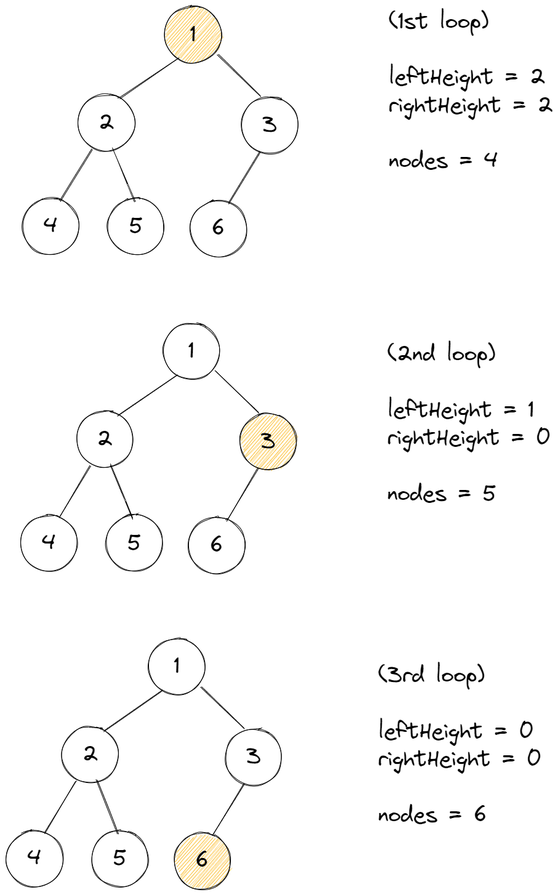
Earlier version of the Excalidraw export 09/yongki/assets/222-time-reduce-solution.png (cs-study-org/algorithm-study). Source tidied: one line per element, renumbered; positions are measured from the earlier drawing's top-left corner, leaving out a move shared by most shapes.
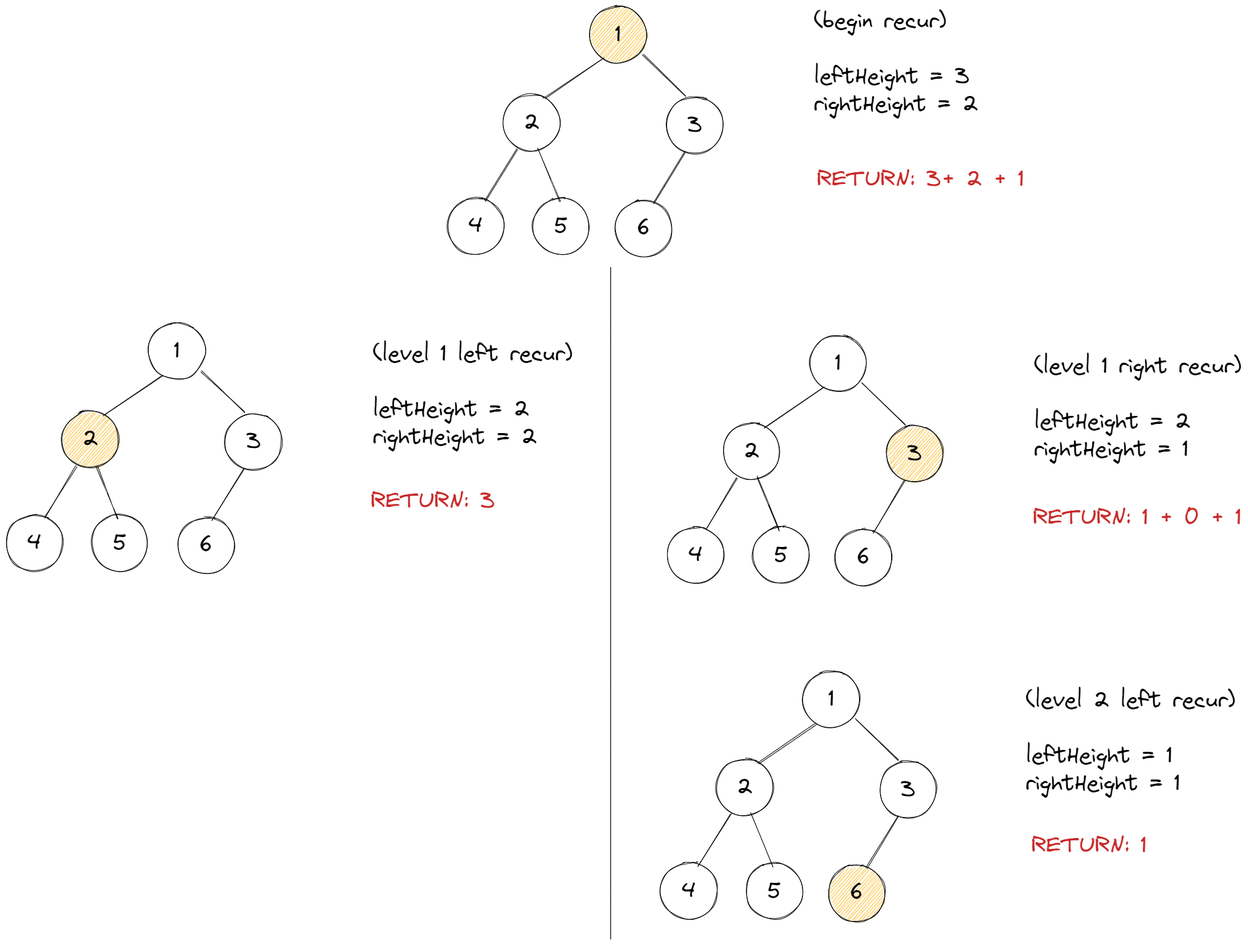
Later version of the same file.

Commit message:
:white_check_mark: Solve 222

Change to the diagram source:
```diff
@@ -9,46 +9,69 @@
 {"id": 8, "type": "line", "strokeColor": "#000000", "strokeWidth": 1, "roughness": 1, "x": 280, "y": 85, "width": 96, "height": 65, "points": [[0, 0], [-96, 65]]}
 {"id": 9, "type": "line", "strokeColor": "#000000", "strokeWidth": 1, "roughness": 1, "x": 343, "y": 78, "width": 71, "height": 68, "points": [[0, 0], [71, 68]]}
 {"id": 10, "type": "line", "strokeColor": "#000000", "strokeWidth": 1, "roughness": 1, "x": 413, "y": 237, "width": 52, "height": 85, "points": [[0, 0], [-52, 85]]}
-{"id": 11, "type": "text", "text": "(1st loop)\n\nleftHeight = 2\nrightHeight = 2\n\nnodes = 4", "strokeColor": "#000000", "strokeWidth": 1, "roughness": 0, "fontSize": 36, "fontFamily": 1, "x": 622, "y": 2, "width": 267, "height": 272}
+{"id": 11, "type": "text", "text": "(begin recur)\n\nleftHeight = 3\nrightHeight = 2", "strokeColor": "#000000", "strokeWidth": 1, "roughness": 0, "fontSize": 36, "fontFamily": 1, "x": 622, "y": 2, "width": 268, "height": 180}
 {"id": 12, "type": "ellipse", "strokeColor": "#000000", "strokeWidth": 1, "roughness": 1, "x": 26, "y": 312, "width": 92, "height": 92}
 {"id": 13, "type": "text", "text": "4", "strokeColor": "#000000", "strokeWidth": 1, "roughness": 1, "fontSize": 36, "fontFamily": 1, "textAlign": "center", "verticalAlign": "middle", "inside": 12, "x": 31, "y": 335, "width": 82, "height": 45}
 {"id": 14, "type": "line", "strokeColor": "#000000", "strokeWidth": 1, "roughness": 1, "x": 140, "y": 233, "width": 52, "height": 85, "points": [[0, 0], [-52, 85]]}
 {"id": 15, "type": "ellipse", "strokeColor": "#000000", "strokeWidth": 1, "roughness": 1, "x": 165, "y": 312, "width": 92, "height": 92}
 {"id": 16, "type": "text", "text": "5", "strokeColor": "#000000", "strokeWidth": 1, "roughness": 1, "fontSize": 36, "fontFamily": 1, "textAlign": "center", "verticalAlign": "middle", "inside": 15, "x": 170, "y": 335, "width": 82, "height": 45}
 {"id": 17, "type": "line", "strokeColor": "#000000", "angle": 2.26, "strokeWidth": 1, "roughness": 1, "x": 213, "y": 234, "width": 45, "height": 82, "points": [[0, 0], [-45, 82]]}
-{"id": 18, "type": "ellipse", "strokeColor": "#000000", "strokeWidth": 1, "roughness": 1, "x": 255, "y": 514, "width": 92, "height": 92}
+{"id": 18, "type": "ellipse", "strokeColor": "#000000", "strokeWidth": 1, "roughness": 1, "x": 615, "y": 534, "width": 92, "height": 92}
-{"id": 19, "type": "text", "text": "1", "strokeColor": "#000000", "strokeWidth": 1, "roughness": 1, "fontSize": 36, "fontFamily": 1, "textAlign": "center", "verticalAlign": "middle", "inside": 18, "x": 260, "y": 538, "width": 82, "height": 45}
+{"id": 19, "type": "text", "text": "1", "strokeColor": "#000000", "strokeWidth": 1, "roughness": 1, "fontSize": 36, "fontFamily": 1, "textAlign": "center", "verticalAlign": "middle", "inside": 18, "x": 620, "y": 558, "width": 82, "height": 45}
-{"id": 20, "type": "ellipse", "strokeColor": "#000000", "strokeWidth": 1, "roughness": 1, "x": 114, "y": 657, "width": 92, "height": 92}
+{"id": 20, "type": "ellipse", "strokeColor": "#000000", "strokeWidth": 1, "roughness": 1, "x": 474, "y": 677, "width": 92, "height": 92}
-{"id": 21, "type": "text", "text": "2", "strokeColor": "#000000", "strokeWidth": 1, "roughness": 1, "fontSize": 36, "fontFamily": 1, "textAlign": "center", "verticalAlign": "middle", "inside": 20, "x": 119, "y": 681, "width": 82, "height": 45}
+{"id": 21, "type": "text", "text": "2", "strokeColor": "#000000", "strokeWidth": 1, "roughness": 1, "fontSize": 36, "fontFamily": 1, "textAlign": "center", "verticalAlign": "middle", "inside": 20, "x": 479, "y": 701, "width": 82, "height": 45}
-{"id": 22, "type": "ellipse", "strokeColor": "#000000", "backgroundColor": "#fab005", "fillStyle": "hachure", "strokeWidth": 1, "roughness": 1, "x": 379, "y": 661, "width": 92, "height": 92}
+{"id": 22, "type": "ellipse", "strokeColor": "#000000", "backgroundColor": "#fab005", "fillStyle": "hachure", "strokeWidth": 1, "roughness": 1, "x": 739, "y": 681, "width": 92, "height": 92}
-{"id": 23, "type": "text", "text": "3", "strokeColor": "#000000", "strokeWidth": 1, "roughness": 1, "fontSize": 36, "fontFamily": 1, "textAlign": "center", "verticalAlign": "middle", "inside": 22, "x": 384, "y": 685, "width": 82, "height": 45}
+{"id": 23, "type": "text", "text": "3", "strokeColor": "#000000", "strokeWidth": 1, "roughness": 1, "fontSize": 36, "fontFamily": 1, "textAlign": "center", "verticalAlign": "middle", "inside": 22, "x": 744, "y": 705, "width": 82, "height": 45}
-{"id": 24, "type": "ellipse", "strokeColor": "#000000", "strokeWidth": 1, "roughness": 1, "x": 296, "y": 830, "width": 92, "height": 92}
+{"id": 24, "type": "ellipse", "strokeColor": "#000000", "strokeWidth": 1, "roughness": 1, "x": 656, "y": 850, "width": 92, "height": 92}
-{"id": 25, "type": "text", "text": "6", "strokeColor": "#000000", "strokeWidth": 1, "roughness": 1, "fontSize": 36, "fontFamily": 1, "textAlign": "center", "verticalAlign": "middle", "inside": 24, "x": 301, "y": 854, "width": 82, "height": 45}
+{"id": 25, "type": "text", "text": "6", "strokeColor": "#000000", "strokeWidth": 1, "roughness": 1, "fontSize": 36, "fontFamily": 1, "textAlign": "center", "verticalAlign": "middle", "inside": 24, "x": 661, "y": 874, "width": 82, "height": 45}
-{"id": 26, "type": "line", "strokeColor": "#000000", "strokeWidth": 1, "roughness": 1, "x": 277, "y": 599, "width": 96, "height": 65, "points": [[0, 0], [-96, 65]]}
+{"id": 26, "type": "line", "strokeColor": "#000000", "strokeWidth": 1, "roughness": 1, "x": 637, "y": 619, "width": 96, "height": 65, "points": [[0, 0], [-96, 65]]}
-{"id": 27, "type": "line", "strokeColor": "#000000", "strokeWidth": 1, "roughness": 1, "x": 340, "y": 593, "width": 71, "height": 68, "points": [[0, 0], [71, 68]]}
+{"id": 27, "type": "line", "strokeColor": "#000000", "strokeWidth": 1, "roughness": 1, "x": 700, "y": 613, "width": 71, "height": 68, "points": [[0, 0], [71, 68]]}
-{"id": 28, "type": "line", "strokeColor": "#000000", "strokeWidth": 1, "roughness": 1, "x": 410, "y": 751, "width": 52, "height": 85, "points": [[0, 0], [-52, 85]]}
+{"id": 28, "type": "line", "strokeColor": "#000000", "strokeWidth": 1, "roughness": 1, "x": 770, "y": 771, "width": 52, "height": 85, "points": [[0, 0], [-52, 85]]}
-{"id": 29, "type": "ellipse", "strokeColor": "#000000", "strokeWidth": 1, "roughness": 1, "x": 24, "y": 826, "width": 92, "height": 92}
+{"id": 29, "type": "ellipse", "strokeColor": "#000000", "strokeWidth": 1, "roughness": 1, "x": 384, "y": 846, "width": 92, "height": 92}
-{"id": 30, "type": "text", "text": "4", "strokeColor": "#000000", "strokeWidth": 1, "roughness": 1, "fontSize": 36, "fontFamily": 1, "textAlign": "center", "verticalAlign": "middle", "inside": 29, "x": 29, "y": 850, "width": 82, "height": 45}
+{"id": 30, "type": "text", "text": "4", "strokeColor": "#000000", "strokeWidth": 1, "roughness": 1, "fontSize": 36, "fontFamily": 1, "textAlign": "center", "verticalAlign": "middle", "inside": 29, "x": 389, "y": 870, "width": 82, "height": 45}
-{"id": 31, "type": "line", "strokeColor": "#000000", "strokeWidth": 1, "roughness": 1, "x": 137, "y": 747, "width": 52, "height": 85, "points": [[0, 0], [-52, 85]]}
+{"id": 31, "type": "line", "strokeColor": "#000000", "strokeWidth": 1, "roughness": 1, "x": 497, "y": 767, "width": 52, "height": 85, "points": [[0, 0], [-52, 85]]}
-{"id": 32, "type": "ellipse", "strokeColor": "#000000", "strokeWidth": 1, "roughness": 1, "x": 162, "y": 826, "width": 92, "height": 92}
+{"id": 32, "type": "ellipse", "strokeColor": "#000000", "strokeWidth": 1, "roughness": 1, "x": 522, "y": 846, "width": 92, "height": 92}
-{"id": 33, "type": "text", "text": "5", "strokeColor": "#000000", "strokeWidth": 1, "roughness": 1, "fontSize": 36, "fontFamily": 1, "textAlign": "center", "verticalAlign": "middle", "inside": 32, "x": 167, "y": 850, "width": 82, "height": 45}
+{"id": 33, "type": "text", "text": "5", "strokeColor": "#000000", "strokeWidth": 1, "roughness": 1, "fontSize": 36, "fontFamily": 1, "textAlign": "center", "verticalAlign": "middle", "inside": 32, "x": 527, "y": 870, "width": 82, "height": 45}
-{"id": 34, "type": "line", "strokeColor": "#000000", "angle": 2.26, "strokeWidth": 1, "roughness": 1, "x": 210, "y": 748, "width": 45, "height": 82, "points": [[0, 0], [-45, 82]]}
+{"id": 34, "type": "line", "strokeColor": "#000000", "angle": 2.26, "strokeWidth": 1, "roughness": 1, "x": 570, "y": 768, "width": 45, "height": 82, "points": [[0, 0], [-45, 82]]}
-{"id": 35, "type": "ellipse", "strokeColor": "#000000", "strokeWidth": 1, "roughness": 1, "x": 231, "y": 1027, "width": 92, "height": 92}
-{"id": 36, "type": "text", "text": "1", "strokeColor": "#000000", "strokeWidth": 1, "roughness": 1, "fontSize": 36, "fontFamily": 1, "textAlign": "center", "verticalAlign": "middle", "inside": 35, "x": 236, "y": 1050, "width": 82, "height": 45}
-{"id": 37, "type": "ellipse", "strokeColor": "#000000", "strokeWidth": 1, "roughness": 1, "x": 91, "y": 1170, "width": 92, "height": 92}
-{"id": 38, "type": "text", "text": "2", "strokeColor": "#000000", "strokeWidth": 1, "roughness": 1, "fontSize": 36, "fontFamily": 1, "textAlign": "center", "verticalAlign": "middle", "inside": 37, "x": 96, "y": 1193, "width": 82, "height": 45}
-{"id": 39, "type": "ellipse", "strokeColor": "#000000", "strokeWidth": 1, "roughness": 1, "x": 356, "y": 1174, "width": 92, "height": 92}
-{"id": 40, "type": "text", "text": "3", "strokeColor": "#000000", "strokeWidth": 1, "roughness": 1, "fontSize": 36, "fontFamily": 1, "textAlign": "center", "verticalAlign": "middle", "inside": 39, "x": 361, "y": 1197, "width": 82, "height": 45}
-{"id": 41, "type": "ellipse", "strokeColor": "#000000", "backgroundColor": "#fab005", "fillStyle": "hachure", "strokeWidth": 1, "roughness": 1, "x": 273, "y": 1343, "width": 92, "height": 92}
-{"id": 42, "type": "text", "text": "6", "strokeColor": "#000000", "strokeWidth": 1, "roughness": 1, "fontSize": 36, "fontFamily": 1, "textAlign": "center", "verticalAlign": "middle", "inside": 41, "x": 278, "y": 1366, "width": 82, "height": 45}
-{"id": 43, "type": "line", "strokeColor": "#000000", "strokeWidth": 1, "roughness": 1, "x": 254, "y": 1112, "width": 96, "height": 65, "points": [[0, 0], [-96, 65]]}
-{"id": 44, "type": "line", "strokeColor": "#000000", "strokeWidth": 1, "roughness": 1, "x": 317, "y": 1105, "width": 71, "height": 68, "points": [[0, 0], [71, 68]]}
-{"id": 45, "type": "line", "strokeColor": "#000000", "strokeWidth": 1, "roughness": 1, "x": 387, "y": 1263, "width": 52, "height": 85, "points": [[0, 0], [-52, 85]]}
-{"id": 46, "type": "ellipse", "strokeColor": "#000000", "strokeWidth": 1, "roughness": 1, "x": 0, "y": 1339, "width": 92, "height": 92}
-{"id": 47, "type": "text", "text": "4", "strokeColor": "#000000", "strokeWidth": 1, "roughness": 1, "fontSize": 36, "fontFamily": 1, "textAlign": "center", "verticalAlign": "middle", "inside": 46, "x": 5, "y": 1362, "width": 82, "height": 45}
-{"id": 48, "type": "line", "strokeColor": "#000000", "strokeWidth": 1, "roughness": 1, "x": 114, "y": 1259, "width": 52, "height": 85, "points": [[0, 0], [-52, 85]]}
-{"id": 49, "type": "ellipse", "strokeColor": "#000000", "strokeWidth": 1, "roughness": 1, "x": 139, "y": 1339, "width": 92, "height": 92}
-{"id": 50, "type": "text", "text": "5", "strokeColor": "#000000", "strokeWidth": 1, "roughness": 1, "fontSize": 36, "fontFamily": 1, "textAlign": "center", "verticalAlign": "middle", "inside": 49, "x": 144, "y": 1362, "width": 82, "height": 45}
-{"id": 51, "type": "line", "strokeColor": "#000000", "angle": 2.26, "strokeWidth": 1, "roughness": 1, "x": 187, "y": 1260, "width": 45, "height": 82, "points": [[0, 0], [-45, 82]]}
-{"id": 52, "type": "text", "text": "(2nd loop)\n\nleftHeight = 1\nrightHeight = 0\n\nnodes = 5", "strokeColor": "#000000", "strokeWidth": 1, "roughness": 0, "fontSize": 36, "fontFamily": 1, "x": 619, "y": 543, "width": 266, "height": 272}
+{"id": 52, "type": "text", "text": "(level 1 right recur)\n\nleftHeight = 2\nrightHeight = 1", "strokeColor": "#000000", "strokeWidth": 1, "roughness": 0, "fontSize": 36, "fontFamily": 1, "x": 979, "y": 563, "width": 337, "height": 180}
-{"id": 53, "type": "text", "text": "(3rd loop)\n\nleftHeight = 0\nrightHeight = 0\n\nnodes = 6", "strokeColor": "#000000", "strokeWidth": 1, "roughness": 0, "fontSize": 36, "fontFamily": 1, "x": 604, "y": 1065, "width": 266, "height": 272}
+{"id": 54, "type": "ellipse", "strokeColor": "#000000", "strokeWidth": 1, "roughness": 1, "x": -460, "y": 515, "width": 92, "height": 92}
+{"id": 55, "type": "text", "text": "1", "strokeColor": "#000000", "strokeWidth": 1, "roughness": 1, "fontSize": 36, "fontFamily": 1, "textAlign": "center", "verticalAlign": "middle", "inside": 54, "x": -455, "y": 538, "width": 82, "height": 45}
+{"id": 56, "type": "ellipse", "strokeColor": "#000000", "backgroundColor": "#fab005", "fillStyle": "hachure", "strokeWidth": 1, "roughness": 1, "x": -600, "y": 658, "width": 92, "height": 92}
+{"id": 57, "type": "text", "text": "2", "strokeColor": "#000000", "strokeWidth": 1, "roughness": 1, "fontSize": 36, "fontFamily": 1, "textAlign": "center", "verticalAlign": "middle", "inside": 56, "x": -595, "y": 681, "width": 82, "height": 45}
+{"id": 58, "type": "ellipse", "strokeColor": "#000000", "strokeWidth": 1, "roughness": 1, "x": -335, "y": 662, "width": 92, "height": 92}
+{"id": 59, "type": "text", "text": "3", "strokeColor": "#000000", "strokeWidth": 1, "roughness": 1, "fontSize": 36, "fontFamily": 1, "textAlign": "center", "verticalAlign": "middle", "inside": 58, "x": -330, "y": 685, "width": 82, "height": 45}
+{"id": 60, "type": "line", "strokeColor": "#000000", "strokeWidth": 1, "roughness": 1, "x": -437, "y": 600, "width": 96, "height": 65, "points": [[0, 0], [-96, 65]]}
+{"id": 61, "type": "line", "strokeColor": "#000000", "strokeWidth": 1, "roughness": 1, "x": -374, "y": 593, "width": 71, "height": 68, "points": [[0, 0], [71, 68]]}
+{"id": 62, "type": "line", "strokeColor": "#000000", "strokeWidth": 1, "roughness": 1, "x": -304, "y": 751, "width": 52, "height": 85, "points": [[0, 0], [-52, 85]]}
+{"id": 63, "type": "ellipse", "strokeColor": "#000000", "strokeWidth": 1, "roughness": 1, "x": -691, "y": 827, "width": 92, "height": 92}
+{"id": 64, "type": "text", "text": "4", "strokeColor": "#000000", "strokeWidth": 1, "roughness": 1, "fontSize": 36, "fontFamily": 1, "textAlign": "center", "verticalAlign": "middle", "inside": 63, "x": -686, "y": 850, "width": 82, "height": 45}
+{"id": 65, "type": "line", "strokeColor": "#000000", "strokeWidth": 1, "roughness": 1, "x": -577, "y": 747, "width": 52, "height": 85, "points": [[0, 0], [-52, 85]]}
+{"id": 66, "type": "ellipse", "strokeColor": "#000000", "strokeWidth": 1, "roughness": 1, "x": -552, "y": 827, "width": 92, "height": 92}
+{"id": 67, "type": "text", "text": "5", "strokeColor": "#000000", "strokeWidth": 1, "roughness": 1, "fontSize": 36, "fontFamily": 1, "textAlign": "center", "verticalAlign": "middle", "inside": 66, "x": -547, "y": 850, "width": 82, "height": 45}
+{"id": 68, "type": "line", "strokeColor": "#000000", "angle": 2.26, "strokeWidth": 1, "roughness": 1, "x": -504, "y": 748, "width": 45, "height": 82, "points": [[0, 0], [-45, 82]]}
+{"id": 69, "type": "text", "text": "(level 1 left recur)\n\nleftHeight = 2\nrightHeight = 2", "strokeColor": "#000000", "strokeWidth": 1, "roughness": 0, "fontSize": 36, "fontFamily": 1, "x": -95, "y": 543, "width": 324, "height": 180}
+{"id": 70, "type": "ellipse", "strokeColor": "#000000", "strokeWidth": 1, "roughness": 1, "x": -412, "y": 831, "width": 92, "height": 92}
+{"id": 71, "type": "text", "text": "6", "strokeColor": "#000000", "strokeWidth": 1, "roughness": 1, "fontSize": 36, "fontFamily": 1, "textAlign": "center", "verticalAlign": "middle", "inside": 70, "x": -407, "y": 854, "width": 82, "height": 45}
+{"id": 72, "type": "line", "strokeColor": "#000000", "backgroundColor": "#fab005", "fillStyle": "hachure", "strokeWidth": 1, "roughness": 0, "x": 291, "y": 424, "width": 0, "height": 1092, "points": [[0, 0], [0, 1092]]}
+{"id": 73, "type": "ellipse", "strokeColor": "#000000", "strokeWidth": 1, "roughness": 1, "x": 604, "y": 1080, "width": 92, "height": 92}
+{"id": 74, "type": "text", "text": "1", "strokeColor": "#000000", "strokeWidth": 1, "roughness": 1, "fontSize": 36, "fontFamily": 1, "textAlign": "center", "verticalAlign": "middle", "inside": 73, "x": 609, "y": 1104, "width": 82, "height": 45}
+{"id": 75, "type": "ellipse", "strokeColor": "#000000", "strokeWidth": 1, "roughness": 1, "x": 463, "y": 1223, "width": 92, "height": 92}
+{"id": 76, "type": "text", "text": "2", "strokeColor": "#000000", "strokeWidth": 1, "roughness": 1, "fontSize": 36, "fontFamily": 1, "textAlign": "center", "verticalAlign": "middle", "inside": 75, "x": 468, "y": 1247, "width": 82, "height": 45}
+{"id": 77, "type": "ellipse", "strokeColor": "#000000", "strokeWidth": 1, "roughness": 1, "x": 729, "y": 1227, "width": 92, "height": 92}
+{"id": 78, "type": "text", "text": "3", "strokeColor": "#000000", "strokeWidth": 1, "roughness": 1, "fontSize": 36, "fontFamily": 1, "textAlign": "center", "verticalAlign": "middle", "inside": 77, "x": 734, "y": 1251, "width": 82, "height": 45}
+{"id": 79, "type": "ellipse", "strokeColor": "#000000", "backgroundColor": "#fab005", "fillStyle": "hachure", "strokeWidth": 1, "roughness": 1, "x": 645, "y": 1396, "width": 92, "height": 92}
+{"id": 80, "type": "text", "text": "6", "strokeColor": "#000000", "strokeWidth": 1, "roughness": 1, "fontSize": 36, "fontFamily": 1, "textAlign": "center", "verticalAlign": "middle", "inside": 79, "x": 650, "y": 1419, "width": 82, "height": 45}
+{"id": 81, "type": "line", "strokeColor": "#000000", "strokeWidth": 1, "roughness": 1, "x": 627, "y": 1165, "width": 96, "height": 65, "points": [[0, 0], [-96, 65]]}
+{"id": 82, "type": "line", "strokeColor": "#000000", "strokeWidth": 1, "roughness": 1, "x": 689, "y": 1159, "width": 71, "height": 68, "points": [[0, 0], [71, 68]]}
+{"id": 83, "type": "line", "strokeColor": "#000000", "strokeWidth": 1, "roughness": 1, "x": 759, "y": 1317, "width": 52, "height": 85, "points": [[0, 0], [-52, 85]]}
+{"id": 84, "type": "ellipse", "strokeColor": "#000000", "strokeWidth": 1, "roughness": 1, "x": 373, "y": 1392, "width": 92, "height": 92}
+{"id": 85, "type": "text", "text": "4", "strokeColor": "#000000", "strokeWidth": 1, "roughness": 1, "fontSize": 36, "fontFamily": 1, "textAlign": "center", "verticalAlign": "middle", "inside": 84, "x": 378, "y": 1416, "width": 82, "height": 45}
+{"id": 86, "type": "line", "strokeColor": "#000000", "strokeWidth": 1, "roughness": 1, "x": 487, "y": 1313, "width": 52, "height": 85, "points": [[0, 0], [-52, 85]]}
+{"id": 87, "type": "ellipse", "strokeColor": "#000000", "strokeWidth": 1, "roughness": 1, "x": 511, "y": 1392, "width": 92, "height": 92}
+{"id": 88, "type": "text", "text": "5", "strokeColor": "#000000", "strokeWidth": 1, "roughness": 1, "fontSize": 36, "fontFamily": 1, "textAlign": "center", "verticalAlign": "middle", "inside": 87, "x": 516, "y": 1416, "width": 82, "height": 45}
+{"id": 89, "type": "line", "strokeColor": "#000000", "angle": 2.26, "strokeWidth": 1, "roughness": 1, "x": 559, "y": 1314, "width": 45, "height": 82, "points": [[0, 0], [-45, 82]]}
+{"id": 90, "type": "text", "text": "(level 2 left recur)\n\nleftHeight = 1\nrightHeight = 1", "strokeColor": "#000000", "strokeWidth": 1, "roughness": 0, "fontSize": 36, "fontFamily": 1, "x": 966, "y": 1106, "width": 340, "height": 180}
+{"id": 91, "type": "text", "text": "RETURN: 3", "strokeColor": "#c92a2a", "strokeWidth": 1, "roughness": 0, "fontSize": 36, "fontFamily": 1, "x": -99, "y": 782, "width": 203, "height": 45}
+{"id": 92, "type": "text", "text": "RETURN: 1", "strokeColor": "#c92a2a", "strokeWidth": 1, "roughness": 0, "fontSize": 36, "fontFamily": 1, "x": 975, "y": 1342, "width": 188, "height": 45}
+{"id": 93, "type": "text", "text": "RETURN: 1 + 0 + 1", "strokeColor": "#c92a2a", "strokeWidth": 1, "roughness": 0, "fontSize": 36, "fontFamily": 1, "x": 977, "y": 809, "width": 340, "height": 45}
+{"id": 94, "type": "text", "text": "RETURN: 3+ 2 + 1", "strokeColor": "#c92a2a", "strokeWidth": 1, "roughness": 0, "fontSize": 36, "fontFamily": 1, "x": 626, "y": 259, "width": 338, "height": 45}
```
